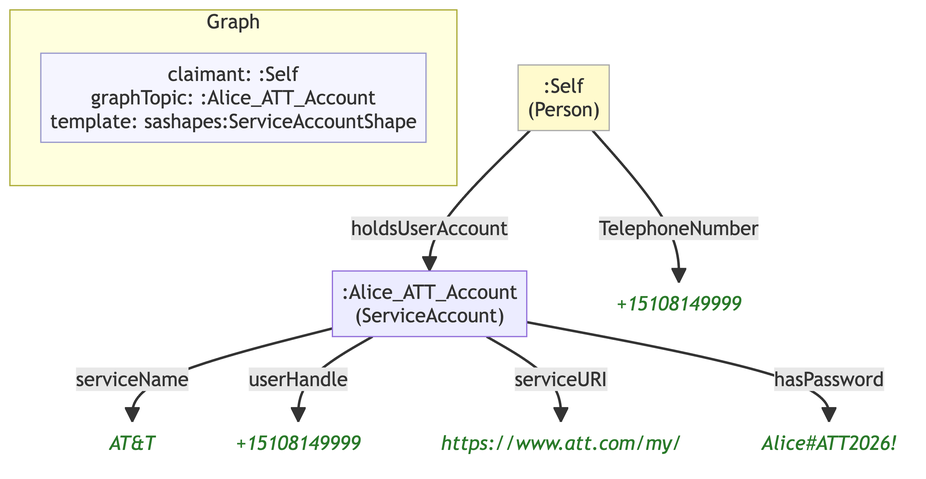
The Mermaid diagram example/graphs/images/graph-74.png in MeeFoundation/mia-ontologies, before a commit. Its source is kept beside it as example/graphs/images/graph-74.mmd.
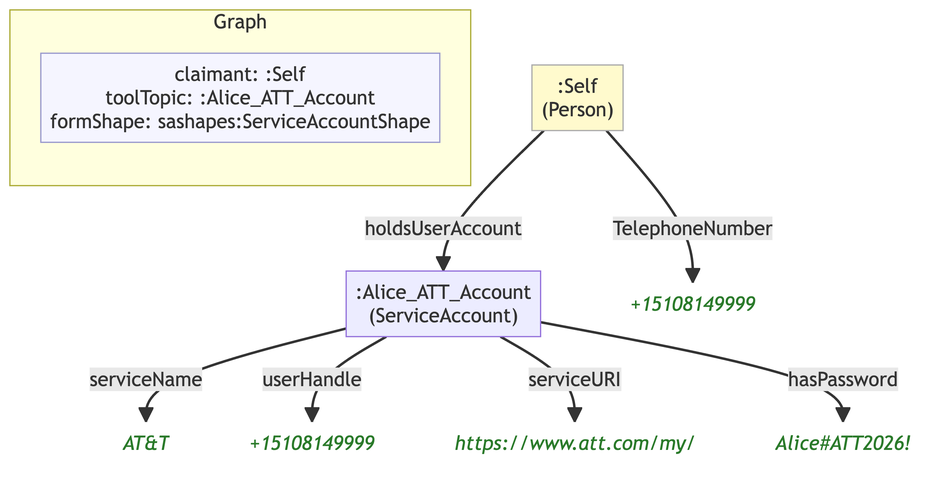
After the commit.

The edit, as a diff of the source:
```diff
@@ -7,20 +7,20 @@
 
     subgraph ctx["Graph"]
         direction LR
-        ctx_meta["claimant: :Self\ngraphTopic: :Alice_ATT_Account\ntemplate: sashapes:ServiceAccountShape"]:::meta
+        ctx_meta["claimant: :Self\ntoolTopic: :Alice_ATT_Account\nformShape: sashapes:ServiceAccountShape"]:::meta
     end
 
-    n6b841a14e1a6[":Alice_ATT_Account\n(ServiceAccount)"]
-    nb207e27d4b3f("AT&T"):::lit
-    n9e9b92220f65("+15108149999"):::lit
-    n30d72c0afa33("https://www.att.com/my/"):::lit
-    n14149baff2f5("Alice#ATT2026!"):::lit
-    ne0c3ba92f1db[":Self\n(Person)"]:::person
-    n51a9e2da028a("+15108149999"):::lit
+    n404d6c29806d[":Alice_ATT_Account\n(ServiceAccount)"]
+    n61663b4ed63d("AT&T"):::lit
+    n778b62984e69("+15108149999"):::lit
+    n16e1aa46dbe5("https://www.att.com/my/"):::lit
+    n4689cb9fe606("Alice#ATT2026!"):::lit
+    n655e442e50be[":Self\n(Person)"]:::person
+    na748b0c78237("+15108149999"):::lit
 
-    n6b841a14e1a6 -->|"serviceName"| nb207e27d4b3f
-    n6b841a14e1a6 -->|"userHandle"| n9e9b92220f65
-    n6b841a14e1a6 -->|"serviceURI"| n30d72c0afa33
-    n6b841a14e1a6 -->|"hasPassword"| n14149baff2f5
-    ne0c3ba92f1db -->|"TelephoneNumber"| n51a9e2da028a
-    ne0c3ba92f1db -->|"holdsUserAccount"| n6b841a14e1a6
+    n404d6c29806d -->|"serviceName"| n61663b4ed63d
+    n404d6c29806d -->|"userHandle"| n778b62984e69
+    n404d6c29806d -->|"serviceURI"| n16e1aa46dbe5
+    n404d6c29806d -->|"hasPassword"| n4689cb9fe606
+    n655e442e50be -->|"TelephoneNumber"| na748b0c78237
+    n655e442e50be -->|"holdsUserAccount"| n404d6c29806d
```
